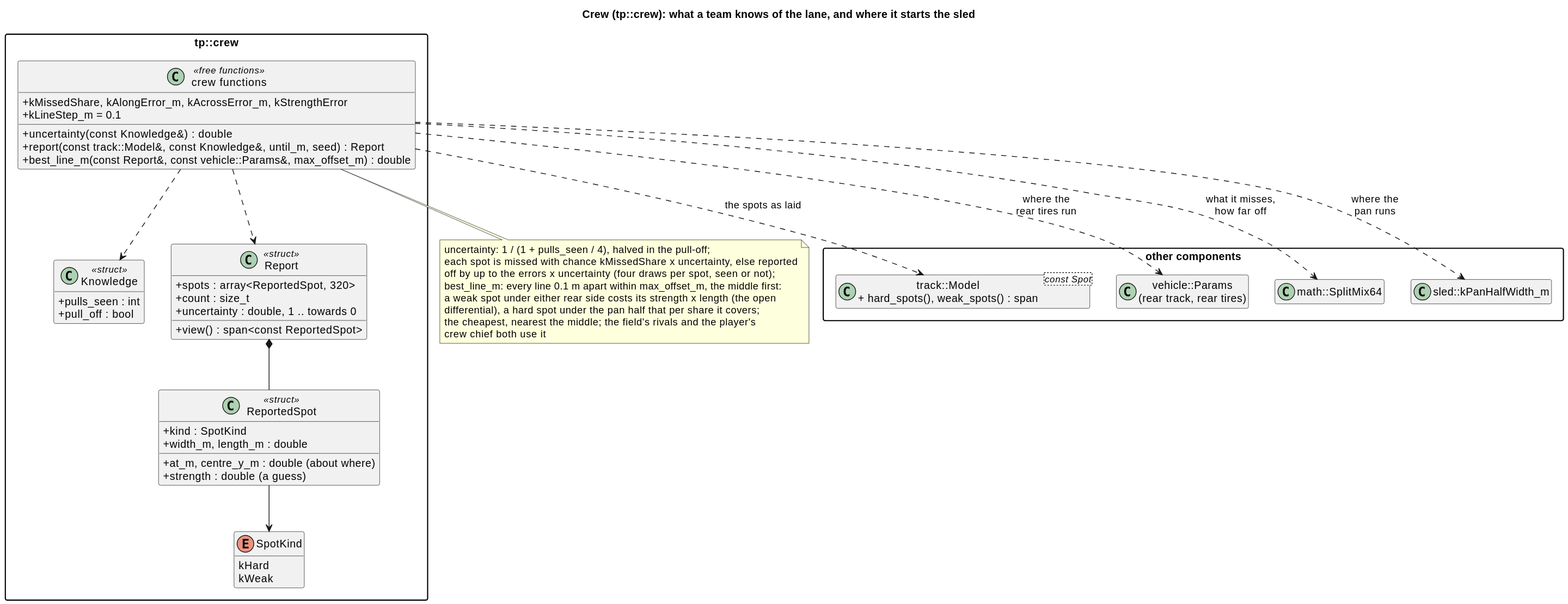
This is docs/diagrams/svg/crew_classes.svg from wversteeg/TractorPulling, a PlantUML export, as it was before one commit. Its diagram source:
```plantuml
@startuml
title Crew (tp::crew): what a team knows of the lane, and where it starts the sled
hide empty members
skinparam packageStyle rectangle
skinparam classAttributeIconSize 0

package "other components" {
  class "track::Model\n+ hard_spots(), weak_spots() : span<const Spot>" as Track
  class "vehicle::Params\n(rear track, rear tires)" as Vehicle
  class "math::SplitMix64" as Random
  class "sled::kPanHalfWidth_m" as Pan
}

package "tp::crew" {
  enum SpotKind {
    kHard
    kWeak
  }
  class Knowledge <<struct>> {
    +pulls_seen : int
    +pull_off : bool
  }
  class ReportedSpot <<struct>> {
    +kind : SpotKind
    +at_m, centre_y_m : double (about where)
    +width_m, length_m : double
    +strength : double (a guess)
  }
  class Report <<struct>> {
    +spots : array<ReportedSpot, 320>
    +count : size_t
    +uncertainty : double, 1 .. towards 0
    +view() : span<const ReportedSpot>
  }
  class "crew functions" as CrewFns <<free functions>> {
    +uncertainty(const Knowledge&) : double
    +report(const track::Model&, const Knowledge&, until_m, seed) : Report
    +best_line_m(const Report&, const vehicle::Params&, max_offset_m) : double
    +kMissedShare, kAlongError_m, kAcrossError_m, kStrengthError
    +kLineStep_m = 0.1
  }
  Report *-- ReportedSpot
  ReportedSpot --> SpotKind
  CrewFns ..> Knowledge
  CrewFns ..> Report
}
CrewFns ..> Track : the spots as laid
CrewFns ..> Random : what it misses,\nhow far off
CrewFns ..> Vehicle : where the\nrear tires run
CrewFns ..> Pan : where the\npan runs
note bottom of CrewFns
  uncertainty: 1 / (1 + pulls_seen / 4), halved in the pull-off;
  each spot is missed with chance kMissedShare x uncertainty, else reported
  off by up to the errors x uncertainty (four draws per spot, seen or not);
  best_line_m: every line 0.1 m apart within max_offset_m, the middle first:
  a weak spot under either rear side costs its strength x length (the open
  differential), a hard spot under the pan half that per share it covers;
  the cheapest, nearest the middle; the field's rivals and the player's
  crew chief both use it
end note
@enduml
```
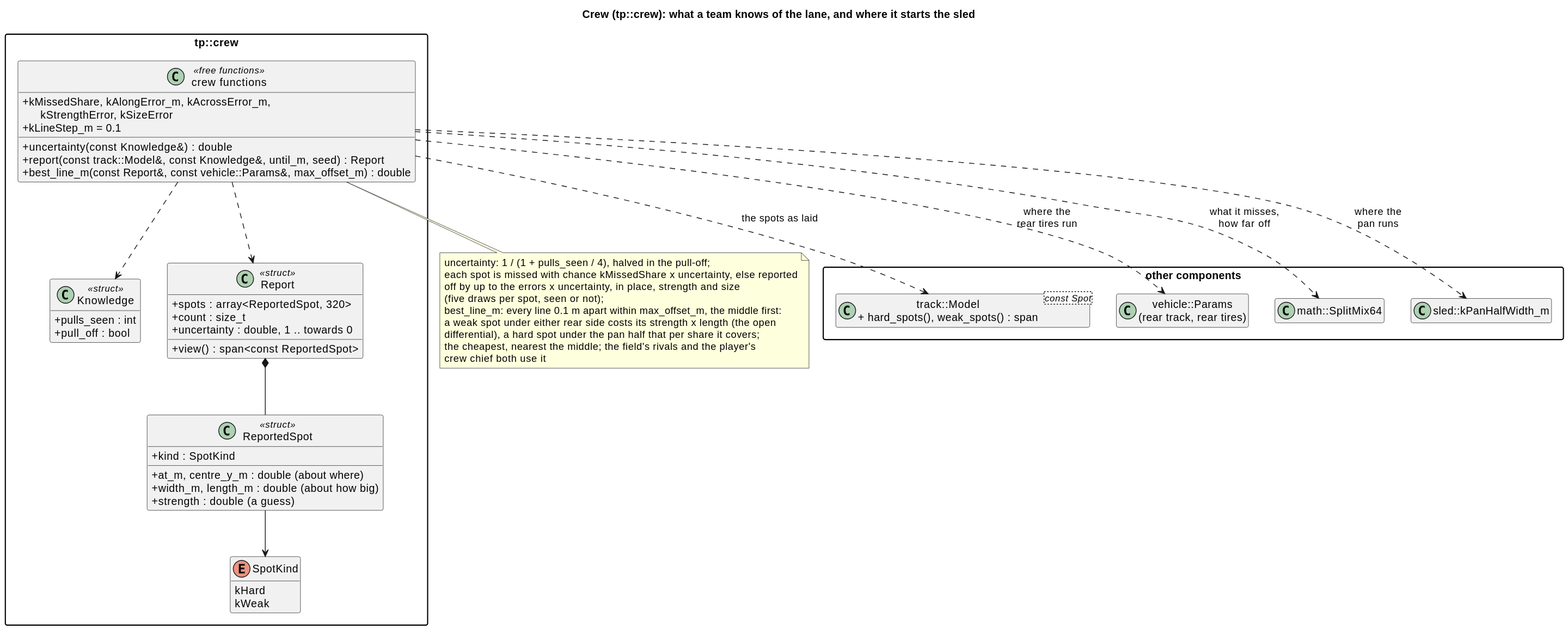
The same diagram one commit later.

What changed in the source:
```diff
@@ -23,7 +23,7 @@
   class ReportedSpot <<struct>> {
     +kind : SpotKind
     +at_m, centre_y_m : double (about where)
-    +width_m, length_m : double
+    +width_m, length_m : double (about how big)
     +strength : double (a guess)
   }
   class Report <<struct>> {
@@ -36,7 +36,7 @@
     +uncertainty(const Knowledge&) : double
     +report(const track::Model&, const Knowledge&, until_m, seed) : Report
     +best_line_m(const Report&, const vehicle::Params&, max_offset_m) : double
-    +kMissedShare, kAlongError_m, kAcrossError_m, kStrengthError
+    +kMissedShare, kAlongError_m, kAcrossError_m,\n      kStrengthError, kSizeError
     +kLineStep_m = 0.1
   }
   Report *-- ReportedSpot
@@ -51,7 +51,8 @@
 note bottom of CrewFns
   uncertainty: 1 / (1 + pulls_seen / 4), halved in the pull-off;
   each spot is missed with chance kMissedShare x uncertainty, else reported
-  off by up to the errors x uncertainty (four draws per spot, seen or not);
+  off by up to the errors x uncertainty, in place, strength and size
+  (five draws per spot, seen or not);
   best_line_m: every line 0.1 m apart within max_offset_m, the middle first:
   a weak spot under either rear side costs its strength x length (the open
   differential), a hard spot under the pan half that per share it covers;
```
